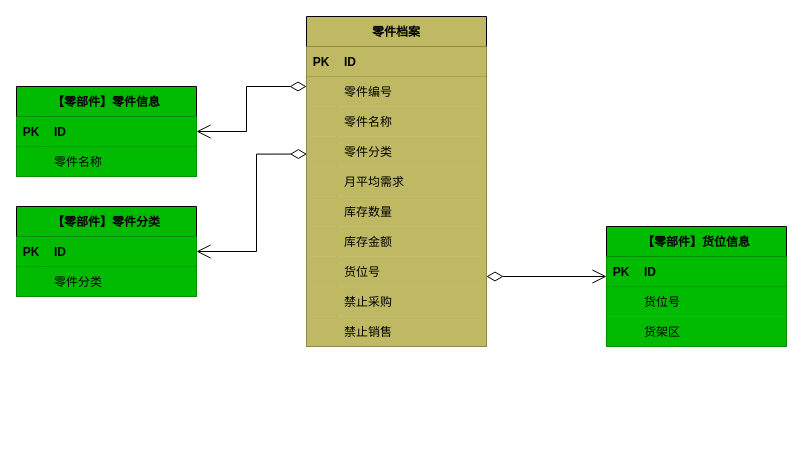
This is page "零件档案管理-聚合根" (4 of 4) of 库存管理-零件档案管理.drawio from 1132489442/gitRepository1, a draw.io file, before an edit. Source tidied: cells renumbered, new cells numbered last; positions are measured from the earlier drawing's top-left corner, leaving out a move shared by most shapes. Both pictures are drawn from the tidied source at 100%, with x=0, y=0 at pixel (16, 16).
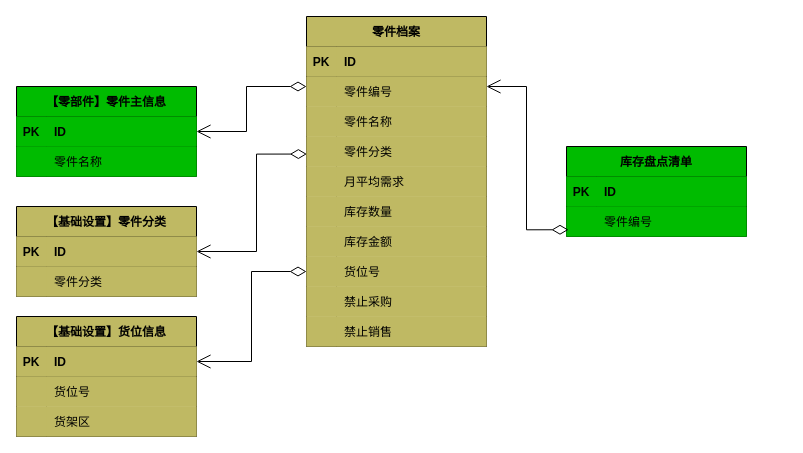
Above is the later version.

The change refers to these unchanged cells:
```xml
<mxCell id="41" style="shape=tableRow;horizontal=0;startSize=0;swimlaneHead=0;swimlaneBody=0;fillColor=#BFB963;points=[[0,0.5],[1,0.5]];portConstraint=eastwest;top=0;left=0;right=0;bottom=0;" parent="19" vertex="1">
  <mxGeometry y="240" width="180" height="30" as="geometry" />
</mxCell>
```

Change to the diagram source:
```diff
@@
-    <mxCell id="2" value="【零部件】货位信息" style="shape=table;startSize=30;childLayout=tableLayout;rowLines=0;fontStyle=1;align=center;fillColor=#00BB00;" parent="1" vertex="1">
-      <mxGeometry x="590" y="210" width="180" height="120" as="geometry" />
+    <mxCell id="2" value="【基础设置】货位信息" style="shape=table;startSize=30;childLayout=tableLayout;rowLines=0;fontStyle=1;align=center;fillColor=#BFB963;" parent="1" vertex="1">
+      <mxGeometry y="300" width="180" height="120" as="geometry" />
     </mxCell>
-    <mxCell id="3" style="shape=tableRow;horizontal=0;startSize=0;swimlaneHead=0;swimlaneBody=0;fillColor=#00BB00;points=[[0,0.5],[1,0.5]];portConstraint=eastwest;top=0;left=0;right=0;bottom=1;" parent="2" vertex="1">
+    <mxCell id="3" style="shape=tableRow;horizontal=0;startSize=0;swimlaneHead=0;swimlaneBody=0;fillColor=#BFB963;points=[[0,0.5],[1,0.5]];portConstraint=eastwest;top=0;left=0;right=0;bottom=1;" parent="2" vertex="1">
       <mxGeometry y="30" width="180" height="30" as="geometry" />
     </mxCell>
-    <mxCell id="4" value="PK" style="shape=partialRectangle;fillColor=#00BB00;top=0;left=0;bottom=0;right=0;fontStyle=1;overflow=hidden;" parent="3" vertex="1">
+    <mxCell id="4" value="PK" style="shape=partialRectangle;fillColor=#BFB963;top=0;left=0;bottom=0;right=0;fontStyle=1;overflow=hidden;" parent="3" vertex="1">
       <mxGeometry width="30" height="30" as="geometry" />
     </mxCell>
-    <mxCell id="5" value="ID" style="shape=partialRectangle;fillColor=#00BB00;top=0;left=0;bottom=0;right=0;align=left;spacingLeft=6;fontStyle=1;overflow=hidden;" parent="3" vertex="1">
+    <mxCell id="5" value="ID" style="shape=partialRectangle;fillColor=#BFB963;top=0;left=0;bottom=0;right=0;align=left;spacingLeft=6;fontStyle=1;overflow=hidden;" parent="3" vertex="1">
       <mxGeometry x="30" width="150" height="30" as="geometry" />
     </mxCell>
-    <mxCell id="6" style="shape=tableRow;horizontal=0;startSize=0;swimlaneHead=0;swimlaneBody=0;fillColor=#00BB00;top=0;left=0;right=0;bottom=0;" parent="2" vertex="1">
+    <mxCell id="6" style="shape=tableRow;horizontal=0;startSize=0;swimlaneHead=0;swimlaneBody=0;fillColor=#BFB963;top=0;left=0;right=0;bottom=0;" parent="2" vertex="1">
       <mxGeometry y="60" width="180" height="30" as="geometry" />
     </mxCell>
-    <mxCell id="7" style="shape=partialRectangle;fillColor=#00BB00;top=0;left=0;bottom=0;right=0;overflow=hidden;" parent="6" vertex="1">
+    <mxCell id="7" style="shape=partialRectangle;fillColor=#BFB963;top=0;left=0;bottom=0;right=0;overflow=hidden;" parent="6" vertex="1">
       <mxGeometry width="30" height="30" as="geometry" />
     </mxCell>
-    <mxCell id="8" value="货位号    " style="shape=partialRectangle;fillColor=#00BB00;top=0;left=0;bottom=0;right=0;align=left;spacingLeft=6;overflow=hidden;" parent="6" vertex="1">
+    <mxCell id="8" value="货位号    " style="shape=partialRectangle;fillColor=#BFB963;top=0;left=0;bottom=0;right=0;align=left;spacingLeft=6;overflow=hidden;" parent="6" vertex="1">
       <mxGeometry x="30" width="150" height="30" as="geometry" />
     </mxCell>
-    <mxCell id="9" style="shape=tableRow;horizontal=0;startSize=0;swimlaneHead=0;swimlaneBody=0;fillColor=#00BB00;top=0;left=0;right=0;bottom=0;" parent="2" vertex="1">
+    <mxCell id="9" style="shape=tableRow;horizontal=0;startSize=0;swimlaneHead=0;swimlaneBody=0;fillColor=#BFB963;top=0;left=0;right=0;bottom=0;" parent="2" vertex="1">
       <mxGeometry y="90" width="180" height="30" as="geometry" />
     </mxCell>
-    <mxCell id="10" style="shape=partialRectangle;fillColor=#00BB00;top=0;left=0;bottom=0;right=0;overflow=hidden;" parent="9" vertex="1">
+    <mxCell id="10" style="shape=partialRectangle;fillColor=#BFB963;top=0;left=0;bottom=0;right=0;overflow=hidden;" parent="9" vertex="1">
       <mxGeometry width="30" height="30" as="geometry" />
     </mxCell>
-    <mxCell id="11" value="货架区" style="shape=partialRectangle;fillColor=#00BB00;top=0;left=0;bottom=0;right=0;align=left;spacingLeft=6;overflow=hidden;" parent="9" vertex="1">
+    <mxCell id="11" value="货架区" style="shape=partialRectangle;fillColor=#BFB963;top=0;left=0;bottom=0;right=0;align=left;spacingLeft=6;overflow=hidden;" parent="9" vertex="1">
       <mxGeometry x="30" width="150" height="30" as="geometry" />
     </mxCell>
-    <mxCell id="12" value="【零部件】零件信息" style="shape=table;startSize=30;childLayout=tableLayout;rowLines=0;fontStyle=1;align=center;fillColor=#00BB00;" parent="1" vertex="1">
+    <mxCell id="12" value="【零部件】零件主信息" style="shape=table;startSize=30;childLayout=tableLayout;rowLines=0;fontStyle=1;align=center;fillColor=#00BB00;" parent="1" vertex="1">
       <mxGeometry y="70" width="180" height="90" as="geometry" />
     </mxCell>
@@
-    <mxCell id="50" value="【零部件】零件分类" style="shape=table;startSize=30;childLayout=tableLayout;rowLines=0;fontStyle=1;align=center;fillColor=#00BB00;" parent="1" vertex="1">
+    <mxCell id="50" value="【基础设置】零件分类" style="shape=table;startSize=30;childLayout=tableLayout;rowLines=0;fontStyle=1;align=center;fillColor=#BFB963;" parent="1" vertex="1">
       <mxGeometry y="190" width="180" height="90" as="geometry" />
     </mxCell>
-    <mxCell id="51" style="shape=tableRow;horizontal=0;startSize=0;swimlaneHead=0;swimlaneBody=0;fillColor=#00BB00;points=[[0,0.5],[1,0.5]];portConstraint=eastwest;top=0;left=0;right=0;bottom=1;" parent="50" vertex="1">
+    <mxCell id="51" style="shape=tableRow;horizontal=0;startSize=0;swimlaneHead=0;swimlaneBody=0;fillColor=#BFB963;points=[[0,0.5],[1,0.5]];portConstraint=eastwest;top=0;left=0;right=0;bottom=1;" parent="50" vertex="1">
       <mxGeometry y="30" width="180" height="30" as="geometry" />
     </mxCell>
-    <mxCell id="52" value="PK" style="shape=partialRectangle;fillColor=#00BB00;top=0;left=0;bottom=0;right=0;fontStyle=1;overflow=hidden;" parent="51" vertex="1">
+    <mxCell id="52" value="PK" style="shape=partialRectangle;fillColor=#BFB963;top=0;left=0;bottom=0;right=0;fontStyle=1;overflow=hidden;" parent="51" vertex="1">
       <mxGeometry width="30" height="30" as="geometry" />
     </mxCell>
-    <mxCell id="53" value="ID" style="shape=partialRectangle;fillColor=#00BB00;top=0;left=0;bottom=0;right=0;align=left;spacingLeft=6;fontStyle=1;overflow=hidden;" parent="51" vertex="1">
+    <mxCell id="53" value="ID" style="shape=partialRectangle;fillColor=#BFB963;top=0;left=0;bottom=0;right=0;align=left;spacingLeft=6;fontStyle=1;overflow=hidden;" parent="51" vertex="1">
       <mxGeometry x="30" width="150" height="30" as="geometry" />
     </mxCell>
-    <mxCell id="54" style="shape=tableRow;horizontal=0;startSize=0;swimlaneHead=0;swimlaneBody=0;fillColor=#00BB00;top=0;left=0;right=0;bottom=0;" parent="50" vertex="1">
+    <mxCell id="54" style="shape=tableRow;horizontal=0;startSize=0;swimlaneHead=0;swimlaneBody=0;fillColor=#BFB963;top=0;left=0;right=0;bottom=0;" parent="50" vertex="1">
       <mxGeometry y="60" width="180" height="30" as="geometry" />
     </mxCell>
-    <mxCell id="55" style="shape=partialRectangle;fillColor=#00BB00;top=0;left=0;bottom=0;right=0;overflow=hidden;" parent="54" vertex="1">
+    <mxCell id="55" style="shape=partialRectangle;fillColor=#BFB963;top=0;left=0;bottom=0;right=0;overflow=hidden;" parent="54" vertex="1">
       <mxGeometry width="30" height="30" as="geometry" />
     </mxCell>
-    <mxCell id="56" value="零件分类" style="shape=partialRectangle;fillColor=#00BB00;top=0;left=0;bottom=0;right=0;align=left;spacingLeft=6;overflow=hidden;" parent="54" vertex="1">
+    <mxCell id="56" value="零件分类" style="shape=partialRectangle;fillColor=#BFB963;top=0;left=0;bottom=0;right=0;align=left;spacingLeft=6;overflow=hidden;" parent="54" vertex="1">
       <mxGeometry x="30" width="150" height="30" as="geometry" />
     </mxCell>
@@
-    <mxCell id="59" style="endArrow=open;html=1;endSize=12;startArrow=diamondThin;startSize=14;startFill=0;edgeStyle=orthogonalEdgeStyle;align=left;verticalAlign=bottom;rounded=0;" parent="1" edge="1">
-      <mxGeometry x="-1" y="3" relative="1" as="geometry">
-        <mxPoint x="470" y="260" as="sourcePoint" />
-        <mxPoint x="590" y="260" as="targetPoint" />
-      </mxGeometry>
+    <mxCell id="59" style="endArrow=open;html=1;endSize=12;startArrow=diamondThin;startSize=14;startFill=0;edgeStyle=orthogonalEdgeStyle;align=left;verticalAlign=bottom;rounded=0;exitX=0;exitY=0.5;exitDx=0;exitDy=0;entryX=1;entryY=0.5;entryDx=0;entryDy=0;" parent="1" edge="1" source="41" target="3">
+      <mxGeometry x="-1" y="3" relative="1" as="geometry" />
     </mxCell>
+    <mxCell id="60" value="库存盘点清单" style="shape=table;startSize=30;childLayout=tableLayout;rowLines=0;fontStyle=1;align=center;fillColor=#00BB00;" parent="1" vertex="1">
+      <mxGeometry x="550" y="130" width="180" height="90" as="geometry" />
+    </mxCell>
+    <mxCell id="61" style="shape=tableRow;horizontal=0;startSize=0;swimlaneHead=0;swimlaneBody=0;fillColor=#00BB00;top=0;left=0;right=0;bottom=1;" parent="60" vertex="1">
+      <mxGeometry y="30" width="180" height="30" as="geometry" />
+    </mxCell>
+    <mxCell id="62" value="PK" style="shape=partialRectangle;fillColor=#00BB00;top=0;left=0;bottom=0;right=0;fontStyle=1;overflow=hidden;" parent="61" vertex="1">
+      <mxGeometry width="30" height="30" as="geometry" />
+    </mxCell>
+    <mxCell id="63" value="ID" style="shape=partialRectangle;fillColor=#00BB00;top=0;left=0;bottom=0;right=0;align=left;spacingLeft=6;fontStyle=1;overflow=hidden;" parent="61" vertex="1">
+      <mxGeometry x="30" width="150" height="30" as="geometry" />
+    </mxCell>
+    <mxCell id="64" style="shape=tableRow;horizontal=0;startSize=0;swimlaneHead=0;swimlaneBody=0;fillColor=#00BB00;points=[[0,0.5],[1,0.5]];portConstraint=eastwest;top=0;left=0;right=0;bottom=0;" parent="60" vertex="1">
+      <mxGeometry y="60" width="180" height="30" as="geometry" />
+    </mxCell>
+    <mxCell id="65" style="shape=partialRectangle;fillColor=#00BB00;top=0;left=0;bottom=0;right=0;overflow=hidden;" parent="64" vertex="1">
+      <mxGeometry width="30" height="30" as="geometry" />
+    </mxCell>
+    <mxCell id="66" value="零件编号" style="shape=partialRectangle;fillColor=#00BB00;top=0;left=0;bottom=0;right=0;align=left;spacingLeft=6;overflow=hidden;" parent="64" vertex="1">
+      <mxGeometry x="30" width="150" height="30" as="geometry" />
+    </mxCell>
+    <mxCell id="67" style="endArrow=open;html=1;endSize=12;startArrow=diamondThin;startSize=14;startFill=0;edgeStyle=orthogonalEdgeStyle;align=left;verticalAlign=bottom;rounded=0;exitX=0.011;exitY=0.775;exitDx=0;exitDy=0;exitPerimeter=0;" parent="1" edge="1" source="64">
+      <mxGeometry x="-1" y="3" relative="1" as="geometry">
+        <mxPoint x="470" y="70" as="targetPoint" />
+        <Array as="points">
+          <mxPoint x="510" y="213" />
+          <mxPoint x="510" y="70" />
+        </Array>
+      </mxGeometry>
+    </mxCell>
```
